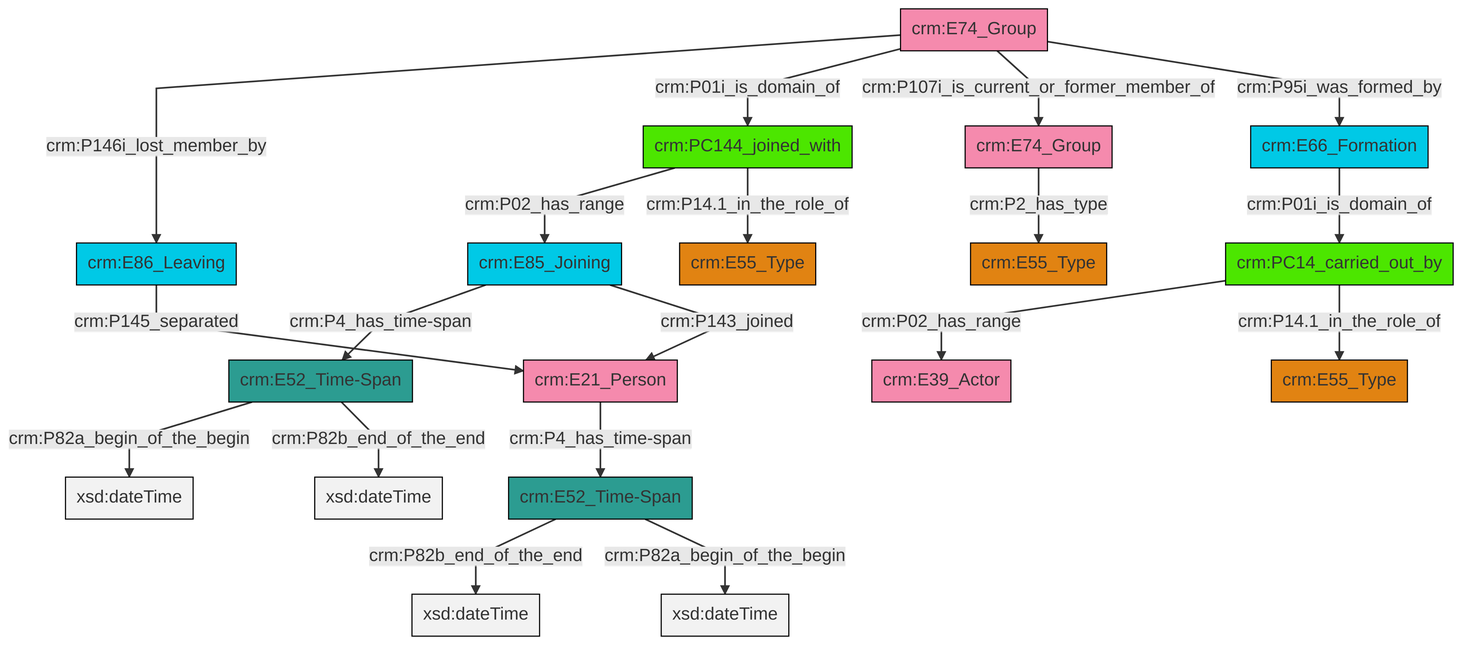
Earlier version of the Mermaid export et/groupCSV/ttl/mmd/png/group_actor_relations.png (swiss-art-research-net/reference-data-models). Its source is kept beside it as et/groupCSV/ttl/mmd/group_actor_relations.ttl.mmd.
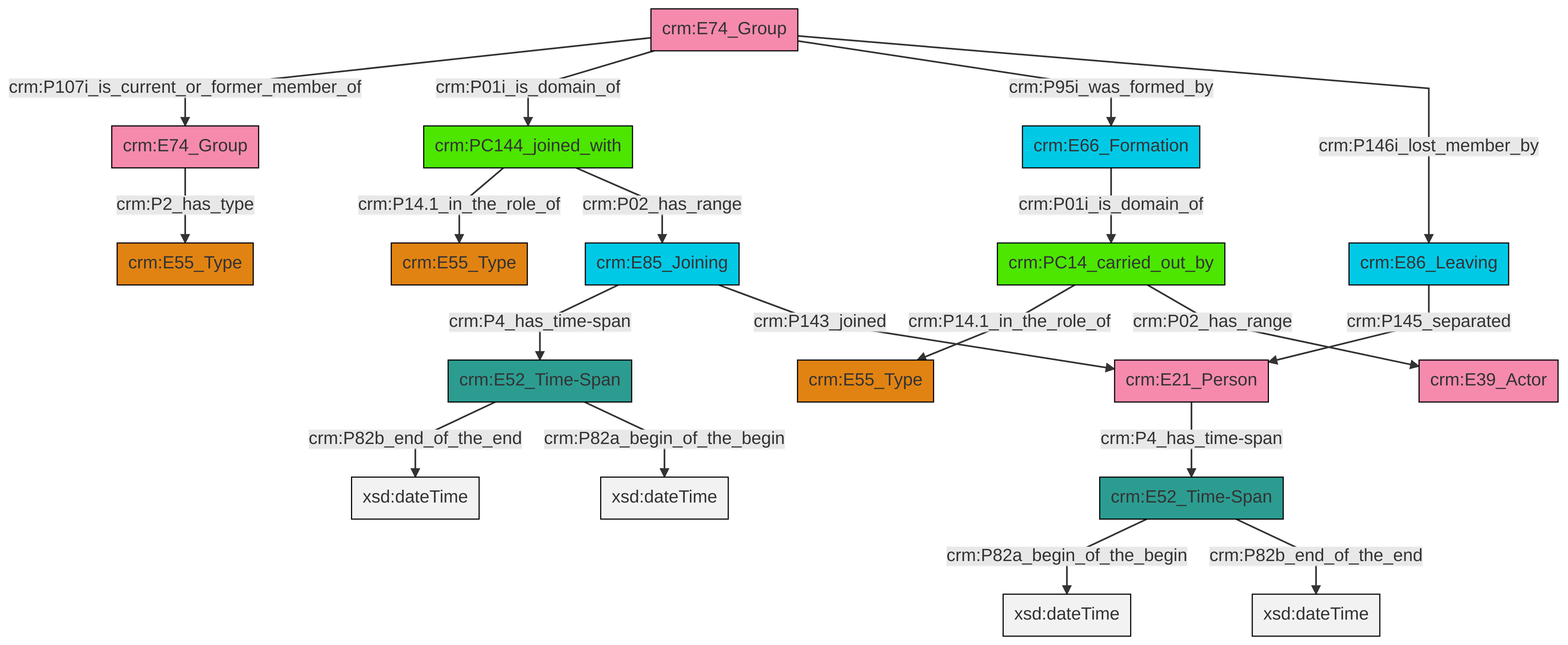
The same file after the commit.

The edit, as a diff of the source:
```diff
@@ -13,21 +13,21 @@
 classDef PC_Classes fill:#4ce600, stroke:#000000;
 classDef Multi fill:#cccccc,stroke:#000000;
 
-6["crm:E74_Group"]:::Actor -->|crm:P146i_lost_member_by| 7["crm:E86_Leaving"]:::Temporal_Entity
-8["crm:E52_Time-Span"]:::Time-Span -->|crm:P82b_end_of_the_end| 9[xsd:dateTime]:::Literal
-12["crm:E74_Group"]:::Actor -->|crm:P2_has_type| 13["crm:E55_Type"]:::Type
-6["crm:E74_Group"]:::Actor -->|crm:P01i_is_domain_of| 14["crm:PC144_joined_with"]:::PC_Classes
-2["crm:E52_Time-Span"]:::Time-Span -->|crm:P82a_begin_of_the_begin| 21[xsd:dateTime]:::Literal
-10["crm:E85_Joining"]:::Temporal_Entity -->|crm:P4_has_time-span| 2["crm:E52_Time-Span"]:::Time-Span
-10["crm:E85_Joining"]:::Temporal_Entity -->|crm:P143_joined| 24["crm:E21_Person"]:::Actor
-8["crm:E52_Time-Span"]:::Time-Span -->|crm:P82a_begin_of_the_begin| 26[xsd:dateTime]:::Literal
-6["crm:E74_Group"]:::Actor -->|crm:P107i_is_current_or_former_member_of| 12["crm:E74_Group"]:::Actor
-7["crm:E86_Leaving"]:::Temporal_Entity -->|crm:P145_separated| 24["crm:E21_Person"]:::Actor
-29["crm:PC14_carried_out_by"]:::PC_Classes -->|crm:P02_has_range| 16["crm:E39_Actor"]:::Actor
-24["crm:E21_Person"]:::Actor -->|crm:P4_has_time-span| 8["crm:E52_Time-Span"]:::Time-Span
-14["crm:PC144_joined_with"]:::PC_Classes -->|crm:P02_has_range| 10["crm:E85_Joining"]:::Temporal_Entity
-0["crm:E66_Formation"]:::Temporal_Entity -->|crm:P01i_is_domain_of| 29["crm:PC14_carried_out_by"]:::PC_Classes
-6["crm:E74_Group"]:::Actor -->|crm:P95i_was_formed_by| 0["crm:E66_Formation"]:::Temporal_Entity
-29["crm:PC14_carried_out_by"]:::PC_Classes -->|crm:P14.1_in_the_role_of| 4["crm:E55_Type"]:::Type
-14["crm:PC144_joined_with"]:::PC_Classes -->|crm:P14.1_in_the_role_of| 19["crm:E55_Type"]:::Type
-2["crm:E52_Time-Span"]:::Time-Span -->|crm:P82b_end_of_the_end| 34[xsd:dateTime]:::Literal
+2["crm:PC14_carried_out_by"]:::PC_Classes -->|crm:P14.1_in_the_role_of| 3["crm:E55_Type"]:::Type
+7["crm:PC144_joined_with"]:::PC_Classes -->|crm:P14.1_in_the_role_of| 8["crm:E55_Type"]:::Type
+0["crm:E74_Group"]:::Actor -->|crm:P107i_is_current_or_former_member_of| 9["crm:E74_Group"]:::Actor
+4["crm:E52_Time-Span"]:::Time-Span -->|crm:P82a_begin_of_the_begin| 10[xsd:dateTime]:::Literal
+12["crm:E52_Time-Span"]:::Time-Span -->|crm:P82b_end_of_the_end| 14[xsd:dateTime]:::Literal
+7["crm:PC144_joined_with"]:::PC_Classes -->|crm:P02_has_range| 15["crm:E85_Joining"]:::Temporal_Entity
+16["crm:E86_Leaving"]:::Temporal_Entity -->|crm:P145_separated| 17["crm:E21_Person"]:::Actor
+15["crm:E85_Joining"]:::Temporal_Entity -->|crm:P4_has_time-span| 12["crm:E52_Time-Span"]:::Time-Span
+19["crm:E66_Formation"]:::Temporal_Entity -->|crm:P01i_is_domain_of| 2["crm:PC14_carried_out_by"]:::PC_Classes
+12["crm:E52_Time-Span"]:::Time-Span -->|crm:P82a_begin_of_the_begin| 21[xsd:dateTime]:::Literal
+0["crm:E74_Group"]:::Actor -->|crm:P01i_is_domain_of| 7["crm:PC144_joined_with"]:::PC_Classes
+4["crm:E52_Time-Span"]:::Time-Span -->|crm:P82b_end_of_the_end| 29[xsd:dateTime]:::Literal
+2["crm:PC14_carried_out_by"]:::PC_Classes -->|crm:P02_has_range| 26["crm:E39_Actor"]:::Actor
+9["crm:E74_Group"]:::Actor -->|crm:P2_has_type| 24["crm:E55_Type"]:::Type
+17["crm:E21_Person"]:::Actor -->|crm:P4_has_time-span| 4["crm:E52_Time-Span"]:::Time-Span
+0["crm:E74_Group"]:::Actor -->|crm:P95i_was_formed_by| 19["crm:E66_Formation"]:::Temporal_Entity
+15["crm:E85_Joining"]:::Temporal_Entity -->|crm:P143_joined| 17["crm:E21_Person"]:::Actor
+0["crm:E74_Group"]:::Actor -->|crm:P146i_lost_member_by| 16["crm:E86_Leaving"]:::Temporal_Entity
```
